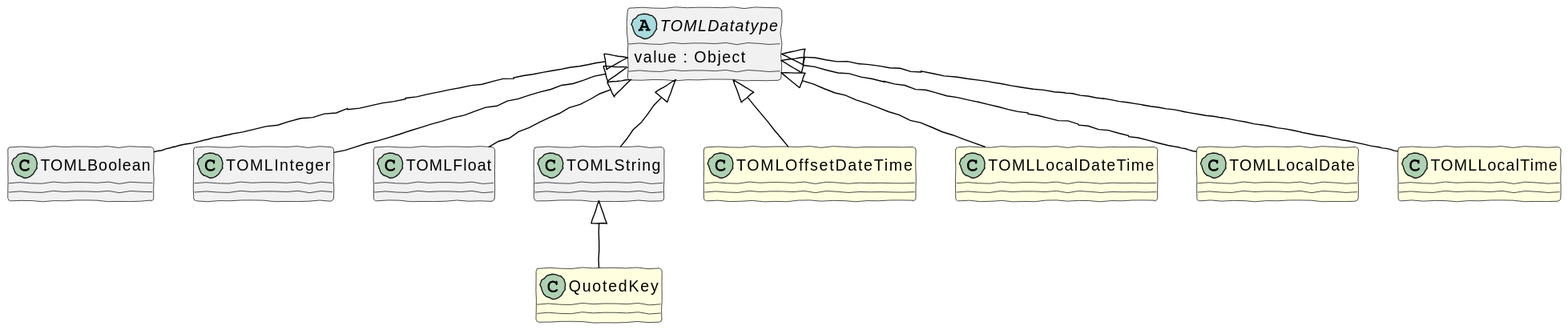
Earlier version of the PlantUML export www/datatype_hierarchy_b.svg (famished-tiger/Rley).
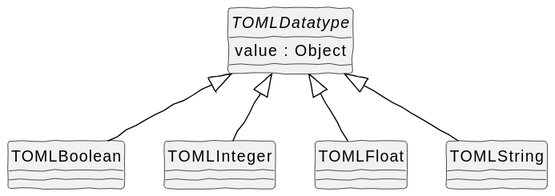
After the change.

What changed in the source:
```diff
@@ -4,6 +4,7 @@
     BorderColor Black
     ArrowColor Black
   }
+  hide circle
 
   abstract class TOMLDatatype {
     value : Object
@@ -12,19 +13,9 @@
   class TOMLInteger
   class TOMLFloat
   class TOMLString
-  class QuotedKey #lightyellow
-  class TOMLOffsetDateTime #lightyellow
-  class TOMLLocalDateTime #lightyellow
-  class TOMLLocalDate #lightyellow
-  class TOMLLocalTime #lightyellow
 
   TOMLDatatype <|-- TOMLBoolean
   TOMLDatatype <|-- TOMLInteger
   TOMLDatatype <|-- TOMLFloat
   TOMLDatatype <|-- TOMLString
-  TOMLDatatype <|-- TOMLOffsetDateTime
-  TOMLDatatype <|-- TOMLLocalDateTime
-  TOMLDatatype <|-- TOMLLocalDate
-  TOMLDatatype <|-- TOMLLocalTime
-  TOMLString <|-- QuotedKey
 @enduml
```
